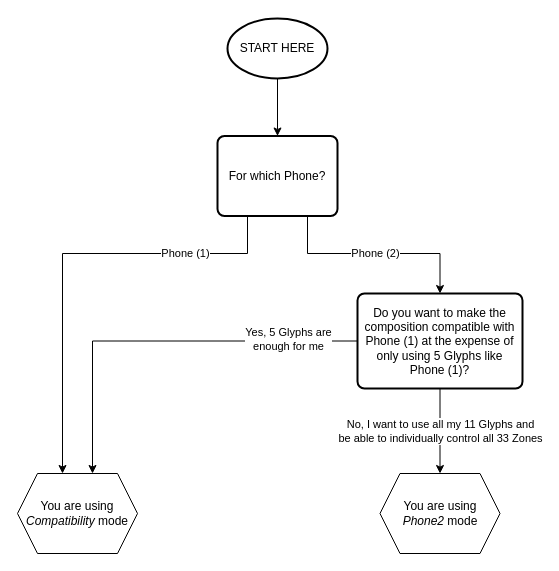
Earlier version of the draw.io diagram assets/Mode decision chart.drawio (SebiAi/custom-nothing-glyph-tools). Source tidied: cells renumbered, new cells numbered last; positions are measured from the earlier drawing's top-left corner, leaving out a move shared by most shapes. Both pictures are drawn from the tidied source at 100%, with x=0, y=0 at pixel (17, 18).
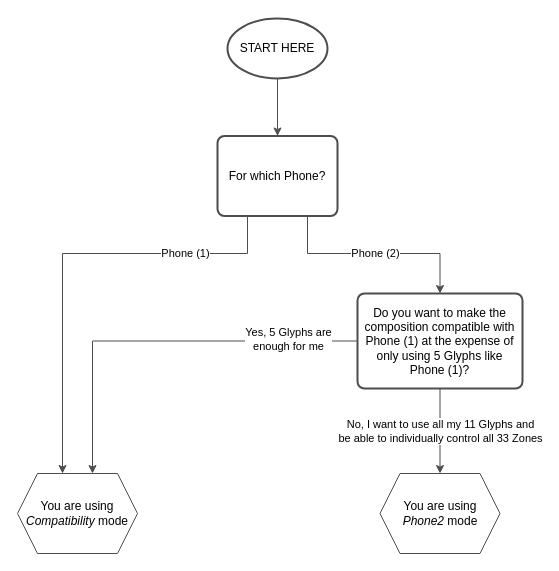
After the change.

Commit message (it also covers changes not shown here):
[Bug] Fix chart for different themes - fixes #6

What changed in the source:
```diff
@@
 <mxGraphModel>
   <root>
     <mxCell id="0" />
     <mxCell id="1" parent="0" />
-    <mxCell id="2" value="Phone (2)" style="edgeStyle=orthogonalEdgeStyle;rounded=0;jettySize=auto;html=1;exitX=0.75;exitY=1;exitDx=0;exitDy=0;entryX=0.5;entryY=0;entryDx=0;entryDy=0;" parent="1" edge="1" source="4" target="8">
+    <mxCell id="2" value="Phone (2)" style="edgeStyle=orthogonalEdgeStyle;rounded=0;jettySize=auto;html=1;exitX=0.75;exitY=1;exitDx=0;exitDy=0;entryX=0.5;entryY=0;entryDx=0;entryDy=0;strokeColor=#4D4D4D;" parent="1" edge="1" source="4" target="8">
       <mxGeometry relative="1" as="geometry">
         <Array as="points">
           <mxPoint x="290" y="235" />
           <mxPoint x="423" y="235" />
         </Array>
       </mxGeometry>
     </mxCell>
-    <mxCell id="3" value="Phone (1)" style="edgeStyle=orthogonalEdgeStyle;rounded=0;jettySize=auto;html=1;exitX=0.25;exitY=1;exitDx=0;exitDy=0;entryX=0.375;entryY=0;entryDx=0;entryDy=0;" parent="1" edge="1" source="4" target="11">
+    <mxCell id="3" value="Phone (1)" style="edgeStyle=orthogonalEdgeStyle;rounded=0;jettySize=auto;html=1;exitX=0.25;exitY=1;exitDx=0;exitDy=0;entryX=0.375;entryY=0;entryDx=0;entryDy=0;strokeColor=#4D4D4D;" parent="1" edge="1" source="4" target="11">
       <mxGeometry x="-0.55" relative="1" as="geometry">
         <Array as="points">
           <mxPoint x="230" y="235" />
           <mxPoint x="45" y="235" />
         </Array>
       </mxGeometry>
     </mxCell>
-    <mxCell id="4" value="For which Phone?" style="rounded=1;whiteSpace=wrap;html=1;absoluteArcSize=1;arcSize=14;strokeWidth=2;" parent="1" vertex="1">
+    <mxCell id="4" value="For which Phone?" style="rounded=1;whiteSpace=wrap;html=1;absoluteArcSize=1;arcSize=14;strokeWidth=2;strokeColor=#4D4D4D;" parent="1" vertex="1">
       <mxGeometry x="200" y="117.5" width="120" height="80" as="geometry" />
     </mxCell>
-    <mxCell id="5" style="edgeStyle=orthogonalEdgeStyle;rounded=0;jettySize=auto;html=1;exitX=0;exitY=0.5;exitDx=0;exitDy=0;entryX=0.625;entryY=0;entryDx=0;entryDy=0;" parent="1" edge="1" source="8" target="11">
+    <mxCell id="5" style="edgeStyle=orthogonalEdgeStyle;rounded=0;jettySize=auto;html=1;exitX=0;exitY=0.5;exitDx=0;exitDy=0;entryX=0.625;entryY=0;entryDx=0;entryDy=0;strokeColor=#4D4D4D;" parent="1" edge="1" source="8" target="11">
       <mxGeometry relative="1" as="geometry" />
     </mxCell>
     <mxCell id="6" value="Yes, 5 Glyphs are&lt;br&gt;enough for me" style="edgeLabel;html=1;align=center;verticalAlign=middle;" parent="5" vertex="1">
       <mxGeometry x="-0.56" y="-2" relative="1" as="geometry">
         <mxPoint x="17" as="offset" />
       </mxGeometry>
     </mxCell>
-    <mxCell id="7" value="No, I want to use all my 11 Glyphs and&lt;br&gt;be able to individually control all 33 Zones" style="edgeStyle=orthogonalEdgeStyle;rounded=0;jettySize=auto;html=1;exitX=0.5;exitY=1;exitDx=0;exitDy=0;entryX=0.5;entryY=0;entryDx=0;entryDy=0;" parent="1" edge="1" source="8" target="12">
+    <mxCell id="7" value="No, I want to use all my 11 Glyphs and&lt;br&gt;be able to individually control all 33 Zones" style="edgeStyle=orthogonalEdgeStyle;rounded=0;jettySize=auto;html=1;exitX=0.5;exitY=1;exitDx=0;exitDy=0;entryX=0.5;entryY=0;entryDx=0;entryDy=0;strokeColor=#4D4D4D;" parent="1" edge="1" source="8" target="12">
       <mxGeometry relative="1" as="geometry" />
     </mxCell>
-    <mxCell id="8" value="Do you want to make the composition compatible with Phone (1) at the expense of only using 5 Glyphs like Phone (1)?" style="rounded=1;whiteSpace=wrap;html=1;absoluteArcSize=1;arcSize=14;strokeWidth=2;" parent="1" vertex="1">
+    <mxCell id="8" value="Do you want to make the composition compatible with Phone (1) at the expense of only using 5 Glyphs like Phone (1)?" style="rounded=1;whiteSpace=wrap;html=1;absoluteArcSize=1;arcSize=14;strokeWidth=2;strokeColor=#4D4D4D;" parent="1" vertex="1">
       <mxGeometry x="340" y="275" width="165" height="95" as="geometry" />
     </mxCell>
-    <mxCell id="9" style="edgeStyle=orthogonalEdgeStyle;rounded=0;jettySize=auto;html=1;exitX=0.5;exitY=1;exitDx=0;exitDy=0;exitPerimeter=0;entryX=0.5;entryY=0;entryDx=0;entryDy=0;" parent="1" edge="1" source="10" target="4">
+    <mxCell id="9" style="edgeStyle=orthogonalEdgeStyle;rounded=0;jettySize=auto;html=1;exitX=0.5;exitY=1;exitDx=0;exitDy=0;exitPerimeter=0;entryX=0.5;entryY=0;entryDx=0;entryDy=0;strokeColor=#4D4D4D;" parent="1" edge="1" source="10" target="4">
       <mxGeometry relative="1" as="geometry" />
     </mxCell>
-    <mxCell id="10" value="START HERE" style="strokeWidth=2;html=1;shape=mxgraph.flowchart.start_1;whiteSpace=wrap;" parent="1" vertex="1">
+    <mxCell id="10" value="START HERE" style="strokeWidth=2;html=1;shape=mxgraph.flowchart.start_1;whiteSpace=wrap;strokeColor=#4D4D4D;" parent="1" vertex="1">
       <mxGeometry x="210" width="100" height="60" as="geometry" />
     </mxCell>
-    <mxCell id="11" value="You are using&lt;br&gt;&lt;i&gt;Compatibility&lt;/i&gt; mode" style="shape=hexagon;perimeter=hexagonPerimeter2;whiteSpace=wrap;html=1;fixedSize=1;" parent="1" vertex="1">
+    <mxCell id="11" value="You are using&lt;br&gt;&lt;i&gt;Compatibility&lt;/i&gt; mode" style="shape=hexagon;perimeter=hexagonPerimeter2;whiteSpace=wrap;html=1;fixedSize=1;strokeColor=#4D4D4D;" parent="1" vertex="1">
       <mxGeometry y="455" width="120" height="80" as="geometry" />
     </mxCell>
-    <mxCell id="12" value="You are using&lt;i&gt;&lt;br&gt;Phone2&lt;/i&gt; mode" style="shape=hexagon;perimeter=hexagonPerimeter2;whiteSpace=wrap;html=1;fixedSize=1;" parent="1" vertex="1">
+    <mxCell id="12" value="You are using&lt;i&gt;&lt;br&gt;Phone2&lt;/i&gt; mode" style="shape=hexagon;perimeter=hexagonPerimeter2;whiteSpace=wrap;html=1;fixedSize=1;strokeColor=#4D4D4D;" parent="1" vertex="1">
       <mxGeometry x="362.5" y="455" width="120" height="80" as="geometry" />
     </mxCell>
   </root>
 </mxGraphModel>
```
